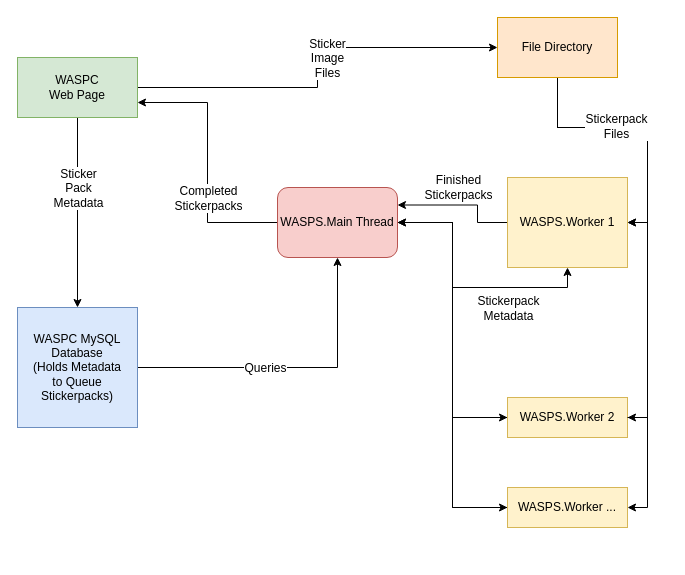
Earlier version of the draw.io diagram Untitled Diagram.drawio (Milanesa-chan/WhatsApp-Sticker-Pack-Server). Source tidied: cells renumbered, new cells numbered last; positions are measured from the earlier drawing's top-left corner, leaving out a move shared by most shapes. Both pictures are drawn from the tidied source at 100%, with x=0, y=0 at pixel (17, 17).
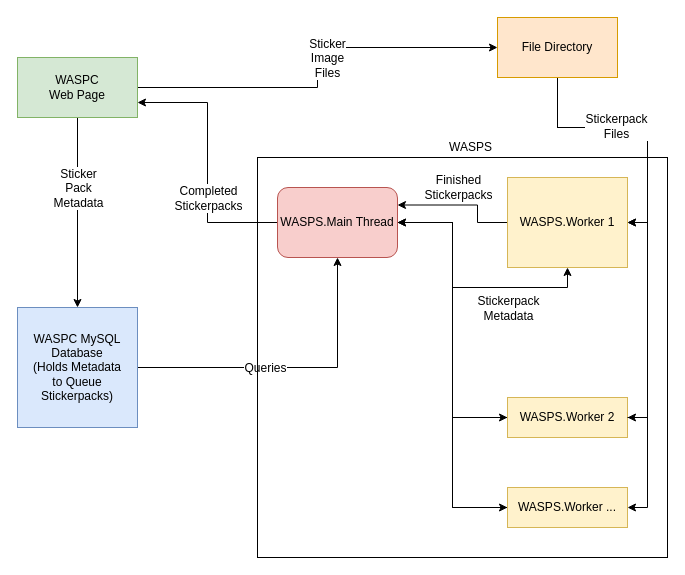
Above is the later version.

The edit, as a diff of the source:
```diff
@@
+    <mxCell id="30" style="rounded=0;whiteSpace=wrap;html=1;fillColor=none;" parent="1" vertex="1">
+      <mxGeometry x="240" y="140" width="410" height="400" as="geometry" />
+    </mxCell>
+    <mxCell id="31" value="WASPS" style="text;html=1;align=left;verticalAlign=top;spacingTop=-4;" parent="1" vertex="1">
+      <mxGeometry x="430" y="120" width="60" height="20" as="geometry" />
+    </mxCell>
```
